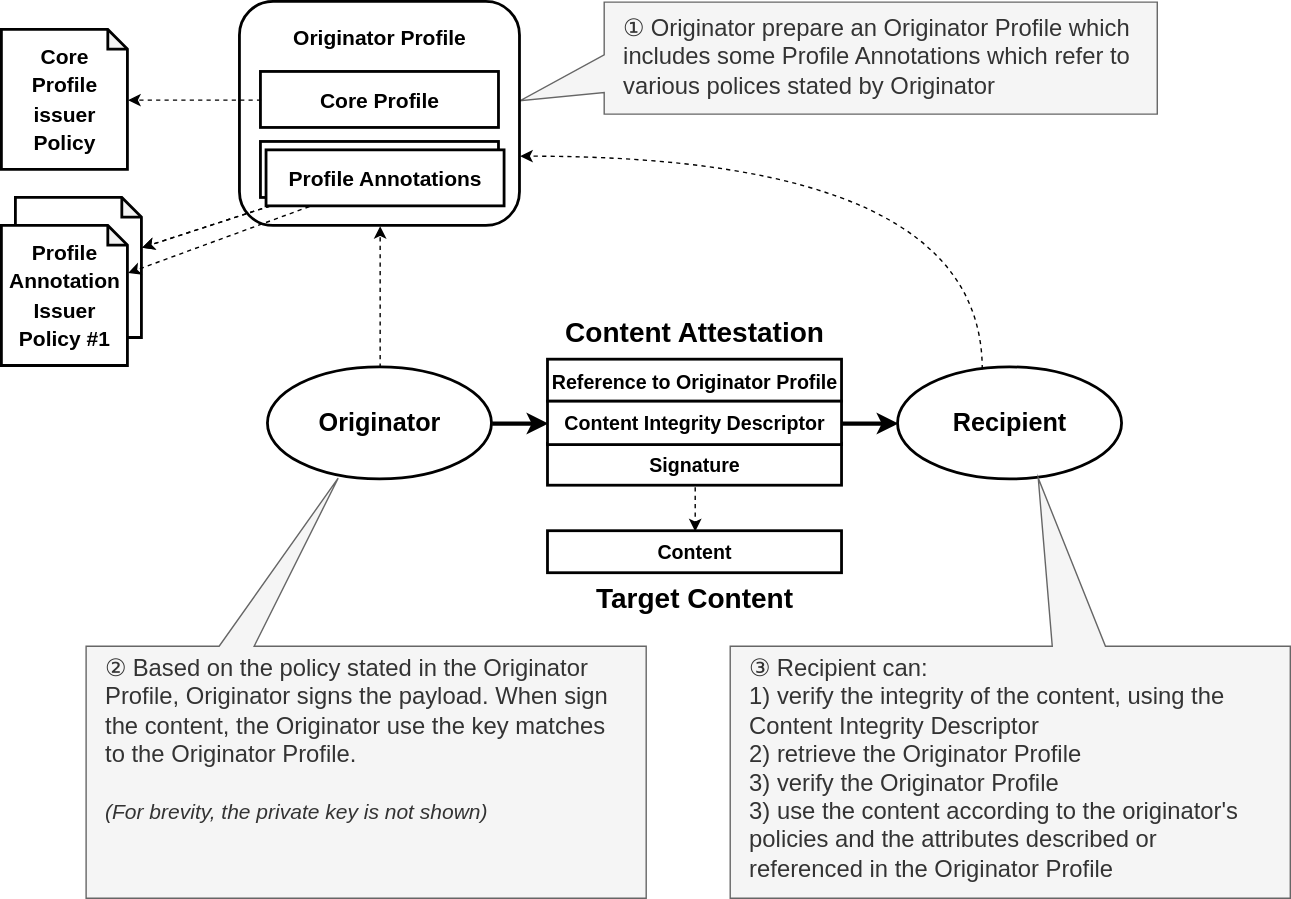
Before: Drawings/Architecture-Content_Attestation.drawio.svg, a diagram exported from draw.io (originator-profile/doc-opf-architectural-overview). Source tidied: cells renumbered, new cells last; positions are measured from the earlier drawing's top-left corner, leaving out a move shared by most shapes.
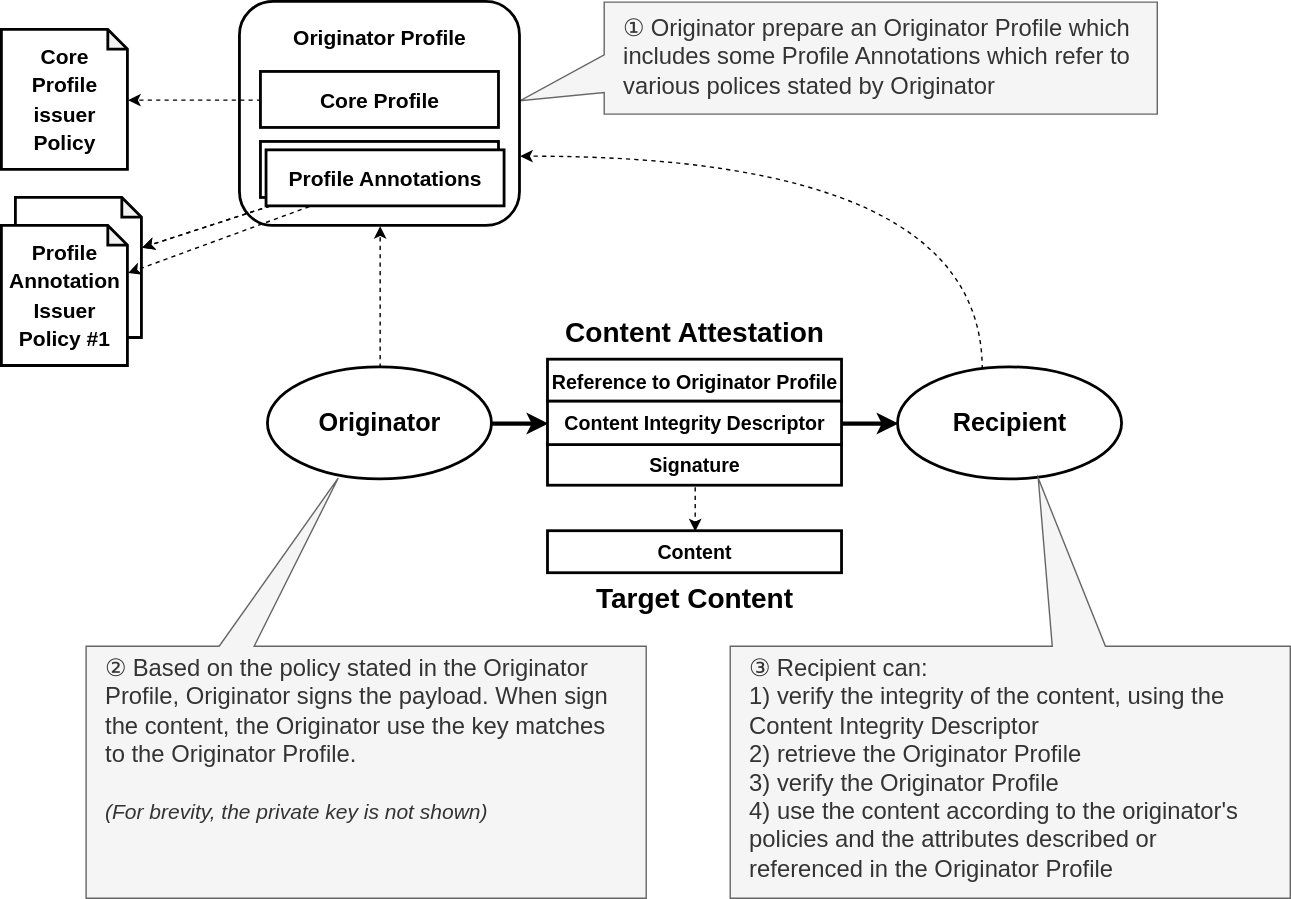
After the commit.

What changed in the source:
```diff
@@ -17,7 +17,7 @@
     <mxCell id="6" value="&lt;b&gt;Content Attestation&lt;/b&gt;" style="text;html=1;align=center;verticalAlign=middle;whiteSpace=wrap;rounded=0;fontSize=20;" parent="1" vertex="1">
       <mxGeometry x="360" y="220" width="270" height="30" as="geometry" />
     </mxCell>
-    <mxCell id="7" value="&lt;div&gt;③ Recipient can:&lt;/div&gt;&lt;div&gt;1) verify the integrity of the content, using the Content Integrity Descriptor&lt;/div&gt;&lt;div&gt;2) retrieve the Originator Profile&lt;/div&gt;&lt;div&gt;3) verify the Originator Profile&lt;/div&gt;&lt;div&gt;3) use the content according to the originator's policies and the attributes described or referenced in the Originator Profile&lt;/div&gt;" style="shape=callout;whiteSpace=wrap;html=1;perimeter=calloutPerimeter;direction=west;fillColor=#f5f5f5;fontColor=#333333;strokeColor=#666666;fontSize=17;position2=0.45;size=120;position=0.33;base=38;align=left;spacingRight=12;spacingLeft=12;verticalAlign=top;" parent="1" vertex="1">
+    <mxCell id="7" value="&lt;div&gt;③ Recipient can:&lt;/div&gt;&lt;div&gt;1) verify the integrity of the content, using the Content Integrity Descriptor&lt;/div&gt;&lt;div&gt;2) retrieve the Originator Profile&lt;/div&gt;&lt;div&gt;3) verify the Originator Profile&lt;/div&gt;&lt;div&gt;4) use the content according to the originator's policies and the attributes described or referenced in the Originator Profile&lt;/div&gt;" style="shape=callout;whiteSpace=wrap;html=1;perimeter=calloutPerimeter;direction=west;fillColor=#f5f5f5;fontColor=#333333;strokeColor=#666666;fontSize=17;position2=0.45;size=120;position=0.33;base=38;align=left;spacingRight=12;spacingLeft=12;verticalAlign=top;" parent="1" vertex="1">
       <mxGeometry x="520" y="340" width="400" height="300" as="geometry" />
     </mxCell>
     <mxCell id="8" value="&lt;div&gt;&lt;span style=&quot;font-size: 15px; background-color: transparent; color: light-dark(rgb(0, 0, 0), rgb(255, 255, 255));&quot;&gt;Policy&lt;/span&gt;&lt;/div&gt;" style="shape=note;whiteSpace=wrap;html=1;backgroundOutline=1;darkOpacity=0.05;strokeWidth=2;fontSize=17;size=14;fontStyle=1;" parent="1" vertex="1">
```
